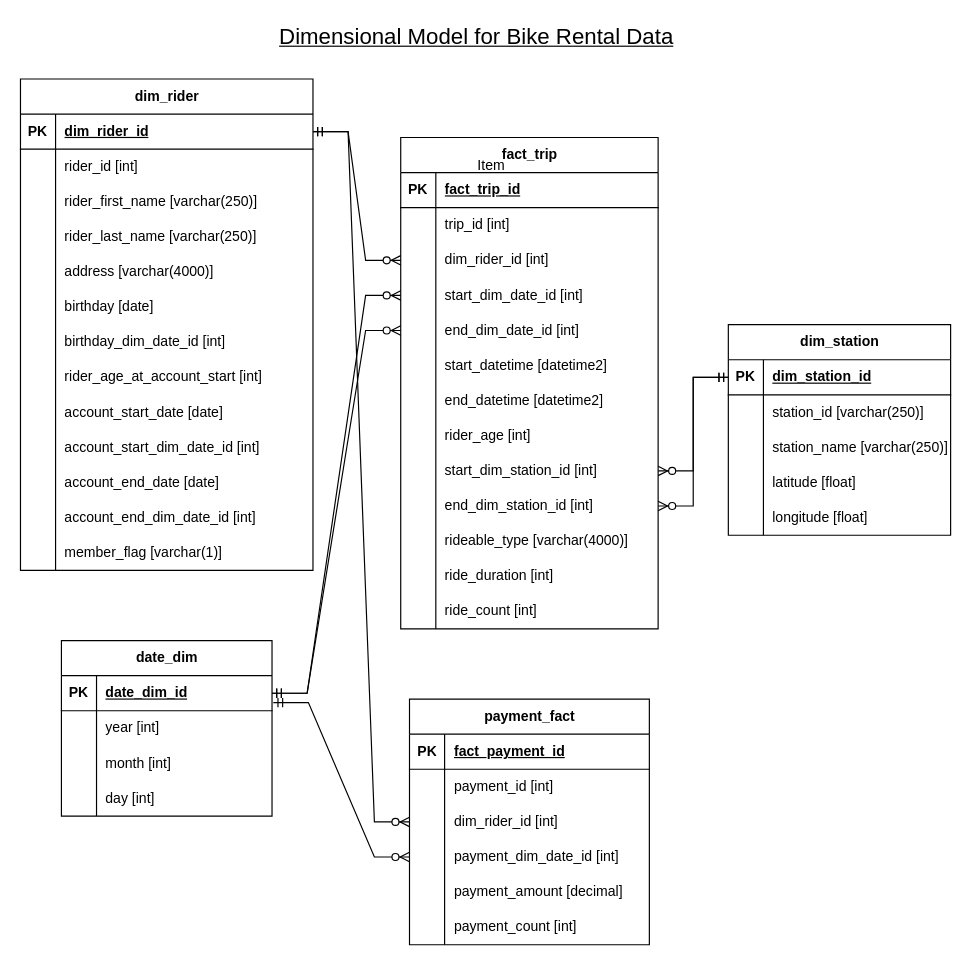
This is udacityproject.drawio from jsperson/udacity_azure_cloud_data_warehouses, a draw.io file, before an edit. Source tidied: cells renumbered, new cells numbered last; positions are measured from the earlier drawing's top-left corner, leaving out a move shared by most shapes. Both pictures are drawn from the tidied source at 117%, with x=0, y=0 at pixel (20, 20).
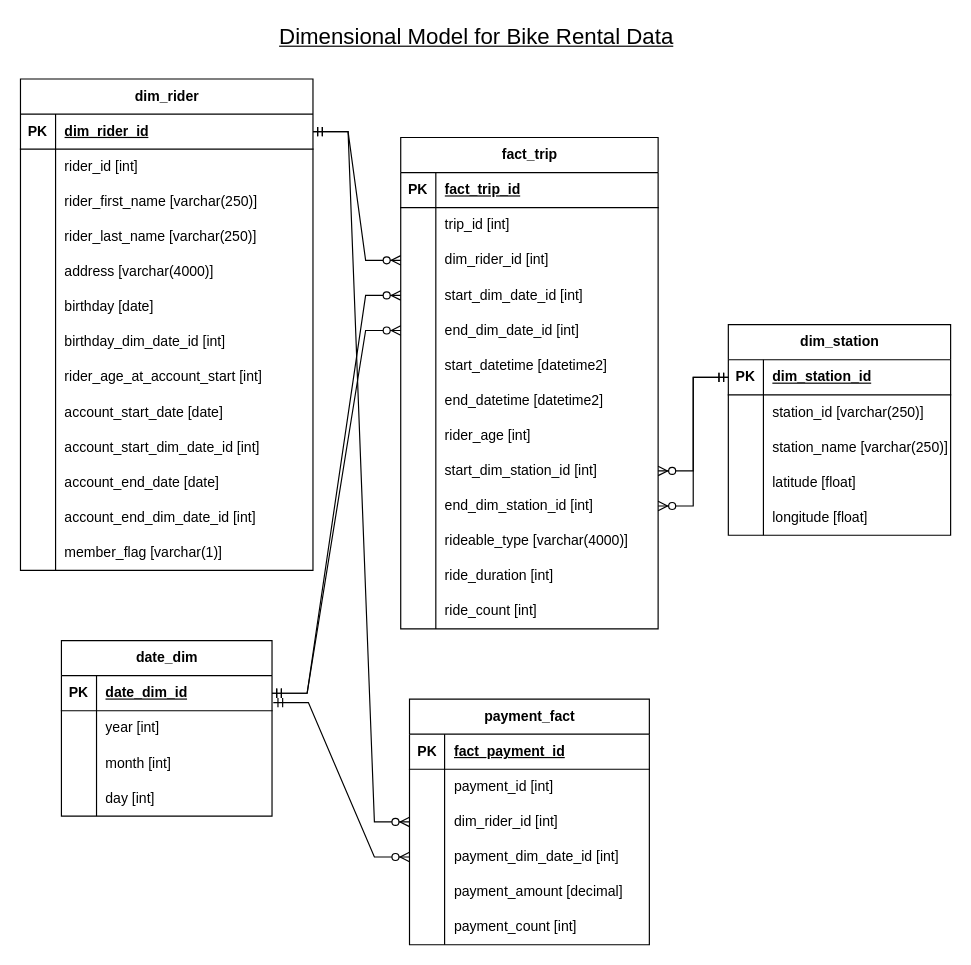
The same page after the edit.

What changed in the source:
```diff
@@
-    <mxCell id="139" value="Item" style="text;strokeColor=none;fillColor=none;spacingLeft=4;spacingRight=4;overflow=hidden;fontSize=12;whiteSpace=wrap;html=1;" parent="1" vertex="1">
-      <mxGeometry x="385" y="110" width="40" height="30" as="geometry" />
-    </mxCell>
```
